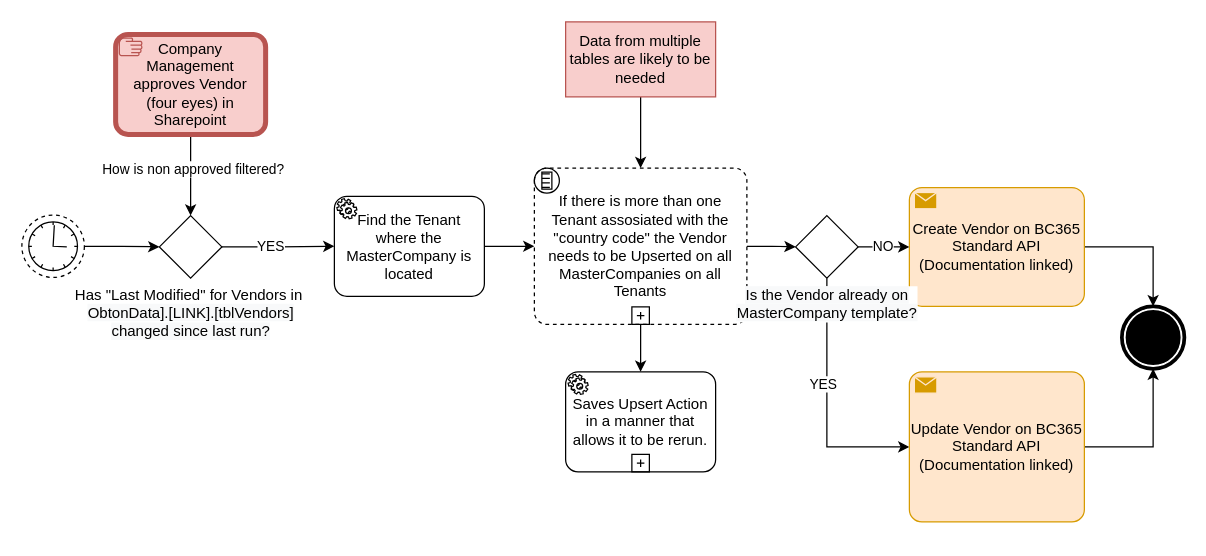
Earlier version of the draw.io diagram page "Upsert Vendor" (4 of 8) of bc365.drawio (enkopvand/enterprise-architecture). Source tidied: cells renumbered, new cells numbered last; positions are measured from the earlier drawing's top-left corner, leaving out a move shared by most shapes. Both pictures are drawn from the tidied source at 125%, with x=0, y=0 at pixel (21, 21).
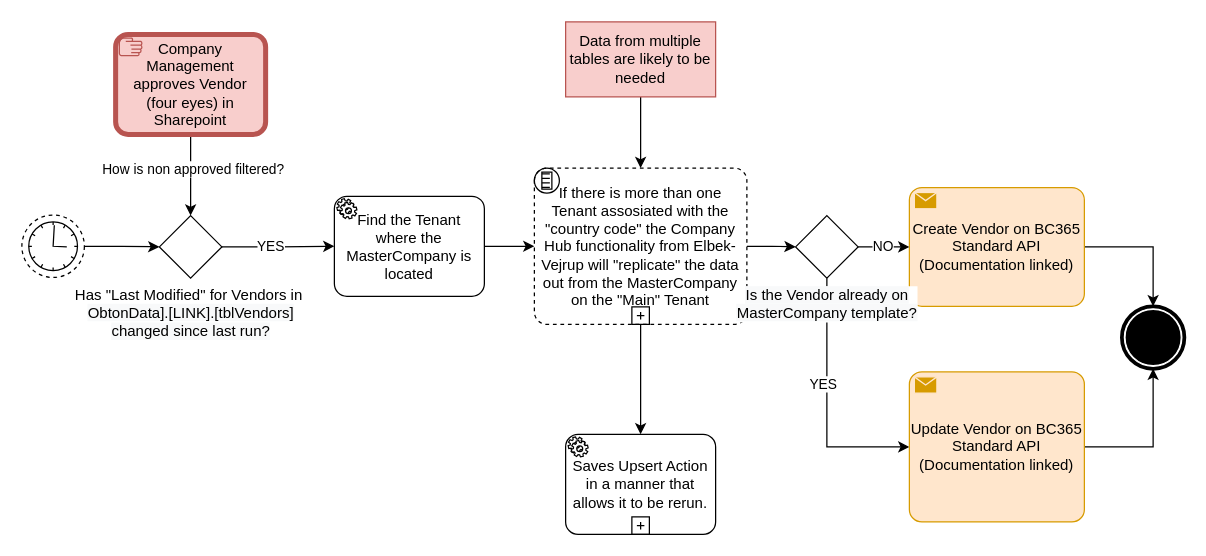
After the change.

The edit, as a diff of the source:
```diff
@@
-    <mxCell id="22" value="If there is more than one Tenant assosiated with the &quot;country code&quot; the Vendor needs to be Upserted on all MasterCompanies on all Tenants" style="points=[[0.25,0,0],[0.5,0,0],[0.75,0,0],[1,0.25,0],[1,0.5,0],[1,0.75,0],[0.75,1,0],[0.5,1,0],[0.25,1,0],[0,0.75,0],[0,0.5,0],[0,0.25,0]];shape=mxgraph.bpmn.task;whiteSpace=wrap;rectStyle=rounded;size=10;taskMarker=abstract;bpmnShapeType=subprocess;isLoopSub=1;outline=eventInt;symbol=conditional;" parent="1" vertex="1">
+    <mxCell id="22" value="If there is more than one Tenant assosiated with the &quot;country code&quot; the Company Hub functionality from Elbek-Vejrup will &quot;replicate&quot; the data out from the MasterCompany on the &quot;Main&quot; Tenant" style="points=[[0.25,0,0],[0.5,0,0],[0.75,0,0],[1,0.25,0],[1,0.5,0],[1,0.75,0],[0.75,1,0],[0.5,1,0],[0.25,1,0],[0,0.75,0],[0,0.5,0],[0,0.25,0]];shape=mxgraph.bpmn.task;whiteSpace=wrap;rectStyle=rounded;size=10;taskMarker=abstract;bpmnShapeType=subprocess;isLoopSub=1;outline=eventInt;symbol=conditional;" parent="1" vertex="1">
       <mxGeometry x="410" y="117" width="170" height="125" as="geometry" />
     </mxCell>
     <mxCell id="23" value="Saves Upsert Action in a manner that allows it to be rerun." style="points=[[0.25,0,0],[0.5,0,0],[0.75,0,0],[1,0.25,0],[1,0.5,0],[1,0.75,0],[0.75,1,0],[0.5,1,0],[0.25,1,0],[0,0.75,0],[0,0.5,0],[0,0.25,0]];shape=mxgraph.bpmn.task;whiteSpace=wrap;rectStyle=rounded;size=10;taskMarker=service;isLoopSub=1;" parent="1" vertex="1">
-      <mxGeometry x="435" y="280" width="120" height="80" as="geometry" />
+      <mxGeometry x="435" y="330" width="120" height="80" as="geometry" />
     </mxCell>
```
